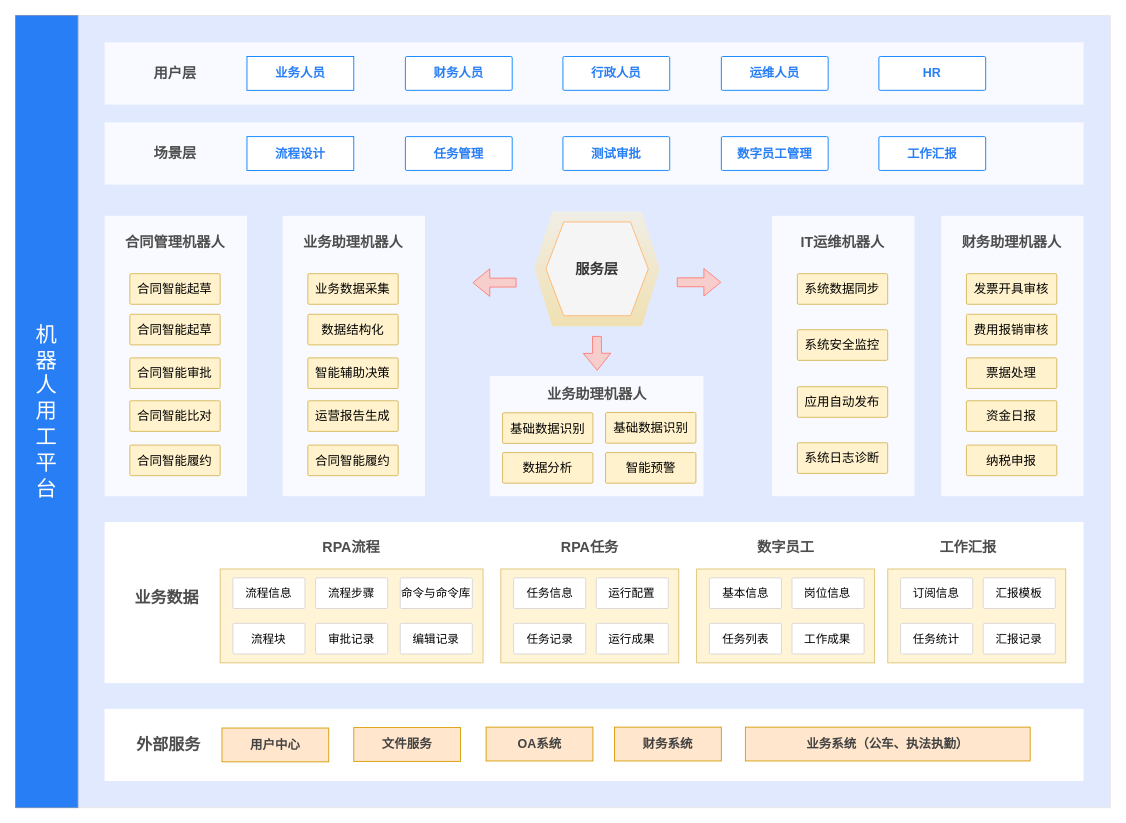
Above: page "Page-1" (1 of 3) of RPAMIND-业务架构图.drawio in hwt5813780/car (draw.io), before the change. Source tidied: cells renumbered, new cells numbered last; positions are measured from the earlier drawing's top-left corner, leaving out a move shared by most shapes. Both pictures are drawn from the tidied source at 89%, with x=0, y=0 at pixel (15, 15).
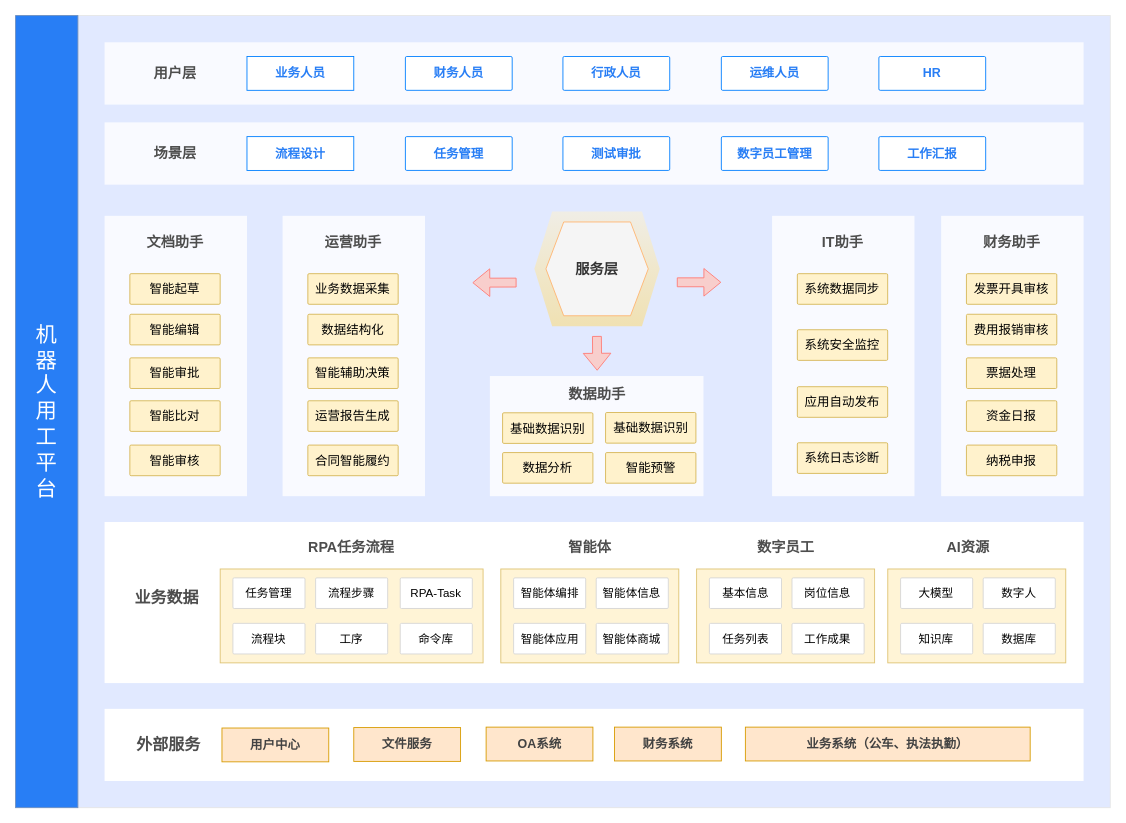
After the change.

Commit message:
更新RPAMIND-业务架构图.drawio

What changed in the source:
```diff
@@
-    <mxCell id="10" value="合同管理机器人" style="text;html=1;strokeColor=none;fillColor=none;align=center;verticalAlign=middle;whiteSpace=wrap;rounded=0;fontSize=16;fontColor=#4D4D4D;fontStyle=1;fontFamily=阿里巴巴普惠体;" parent="1" vertex="1">
+    <mxCell id="10" value="文档助手" style="text;html=1;strokeColor=none;fillColor=none;align=center;verticalAlign=middle;whiteSpace=wrap;rounded=0;fontSize=16;fontColor=#4D4D4D;fontStyle=1;fontFamily=阿里巴巴普惠体;" parent="1" vertex="1">
       <mxGeometry x="119.5" y="239.6" width="119.3" height="30" as="geometry" />
     </mxCell>
-    <mxCell id="11" value="合同智能起草" style="rounded=1;whiteSpace=wrap;html=1;fontSize=14;arcSize=4;fontStyle=0;fontFamily=阿里巴巴普惠体;strokeColor=#d6b656;fillColor=#fff2cc;" parent="1" vertex="1">
+    <mxCell id="11" value="智能起草" style="rounded=1;whiteSpace=wrap;html=1;fontSize=14;arcSize=4;fontStyle=0;fontFamily=阿里巴巴普惠体;strokeColor=#d6b656;fillColor=#fff2cc;" parent="1" vertex="1">
       <mxGeometry x="128.4" y="290" width="101.5" height="34.4" as="geometry" />
     </mxCell>
@@
-    <mxCell id="25" value="合同智能起草" style="rounded=1;whiteSpace=wrap;html=1;fontSize=14;arcSize=4;fontStyle=0;fontFamily=阿里巴巴普惠体;strokeColor=#d6b656;fillColor=#fff2cc;" parent="1" vertex="1">
+    <mxCell id="25" value="智能编辑" style="rounded=1;whiteSpace=wrap;html=1;fontSize=14;arcSize=4;fontStyle=0;fontFamily=阿里巴巴普惠体;strokeColor=#d6b656;fillColor=#fff2cc;" parent="1" vertex="1">
       <mxGeometry x="128.4" y="335.6" width="101.5" height="34.4" as="geometry" />
     </mxCell>
-    <mxCell id="26" value="合同智能审批" style="rounded=1;whiteSpace=wrap;html=1;fontSize=14;arcSize=4;fontStyle=0;fontFamily=阿里巴巴普惠体;strokeColor=#d6b656;fillColor=#fff2cc;" parent="1" vertex="1">
+    <mxCell id="26" value="智能审批" style="rounded=1;whiteSpace=wrap;html=1;fontSize=14;arcSize=4;fontStyle=0;fontFamily=阿里巴巴普惠体;strokeColor=#d6b656;fillColor=#fff2cc;" parent="1" vertex="1">
       <mxGeometry x="128.4" y="384.6" width="101.5" height="34.4" as="geometry" />
     </mxCell>
-    <mxCell id="27" value="合同智能比对" style="rounded=1;whiteSpace=wrap;html=1;fontSize=14;arcSize=4;fontStyle=0;fontFamily=阿里巴巴普惠体;strokeColor=#d6b656;fillColor=#fff2cc;" parent="1" vertex="1">
+    <mxCell id="27" value="智能比对" style="rounded=1;whiteSpace=wrap;html=1;fontSize=14;arcSize=4;fontStyle=0;fontFamily=阿里巴巴普惠体;strokeColor=#d6b656;fillColor=#fff2cc;" parent="1" vertex="1">
       <mxGeometry x="128.4" y="432.8" width="101.5" height="34.4" as="geometry" />
     </mxCell>
-    <mxCell id="28" value="合同智能履约" style="rounded=1;whiteSpace=wrap;html=1;fontSize=14;arcSize=4;fontStyle=0;fontFamily=阿里巴巴普惠体;strokeColor=#d6b656;fillColor=#fff2cc;" parent="1" vertex="1">
+    <mxCell id="28" value="智能审核" style="rounded=1;whiteSpace=wrap;html=1;fontSize=14;arcSize=4;fontStyle=0;fontFamily=阿里巴巴普惠体;strokeColor=#d6b656;fillColor=#fff2cc;" parent="1" vertex="1">
       <mxGeometry x="128.4" y="482.6" width="101.5" height="34.4" as="geometry" />
     </mxCell>
@@
-    <mxCell id="30" value="业务助理机器人" style="text;html=1;strokeColor=none;fillColor=none;align=center;verticalAlign=middle;whiteSpace=wrap;rounded=0;fontSize=16;fontColor=#4D4D4D;fontStyle=1;fontFamily=阿里巴巴普惠体;" parent="1" vertex="1">
+    <mxCell id="30" value="运营助手" style="text;html=1;strokeColor=none;fillColor=none;align=center;verticalAlign=middle;whiteSpace=wrap;rounded=0;fontSize=16;fontColor=#4D4D4D;fontStyle=1;fontFamily=阿里巴巴普惠体;" parent="1" vertex="1">
       <mxGeometry x="319.5" y="239.6" width="119.3" height="30" as="geometry" />
     </mxCell>
@@
-    <mxCell id="37" value="业务助理机器人" style="text;html=1;strokeColor=none;fillColor=none;align=center;verticalAlign=middle;whiteSpace=wrap;rounded=0;fontSize=16;fontColor=#4D4D4D;fontStyle=1;fontFamily=阿里巴巴普惠体;" parent="1" vertex="1">
+    <mxCell id="37" value="数据助手" style="text;html=1;strokeColor=none;fillColor=none;align=center;verticalAlign=middle;whiteSpace=wrap;rounded=0;fontSize=16;fontColor=#4D4D4D;fontStyle=1;fontFamily=阿里巴巴普惠体;" parent="1" vertex="1">
       <mxGeometry x="593.8" y="410" width="119.3" height="30" as="geometry" />
     </mxCell>
@@
-    <mxCell id="46" value="IT运维机器人" style="text;html=1;strokeColor=none;fillColor=none;align=center;verticalAlign=middle;whiteSpace=wrap;rounded=0;fontSize=16;fontColor=#4D4D4D;fontStyle=1;fontFamily=阿里巴巴普惠体;" parent="1" vertex="1">
+    <mxCell id="46" value="IT助手" style="text;html=1;strokeColor=none;fillColor=none;align=center;verticalAlign=middle;whiteSpace=wrap;rounded=0;fontSize=16;fontColor=#4D4D4D;fontStyle=1;fontFamily=阿里巴巴普惠体;" parent="1" vertex="1">
       <mxGeometry x="869.5" y="239.6" width="119.3" height="30" as="geometry" />
     </mxCell>
@@
-    <mxCell id="52" value="财务助理机器人" style="text;html=1;strokeColor=none;fillColor=none;align=center;verticalAlign=middle;whiteSpace=wrap;rounded=0;fontSize=16;fontColor=#4D4D4D;fontStyle=1;fontFamily=阿里巴巴普惠体;" parent="1" vertex="1">
+    <mxCell id="52" value="财务助手" style="text;html=1;strokeColor=none;fillColor=none;align=center;verticalAlign=middle;whiteSpace=wrap;rounded=0;fontSize=16;fontColor=#4D4D4D;fontStyle=1;fontFamily=阿里巴巴普惠体;" parent="1" vertex="1">
       <mxGeometry x="1059.5" y="239.6" width="119.3" height="30" as="geometry" />
     </mxCell>
@@
-    <mxCell id="58" value="RPA流程" style="text;html=1;strokeColor=none;fillColor=none;align=center;verticalAlign=middle;whiteSpace=wrap;rounded=0;fontSize=16;fontColor=#4D4D4D;fontStyle=1;fontFamily=阿里巴巴普惠体;" parent="1" vertex="1">
+    <mxCell id="58" value="RPA任务流程" style="text;html=1;strokeColor=none;fillColor=none;align=center;verticalAlign=middle;whiteSpace=wrap;rounded=0;fontSize=16;fontColor=#4D4D4D;fontStyle=1;fontFamily=阿里巴巴普惠体;" parent="1" vertex="1">
       <mxGeometry x="317.9" y="581.7" width="119.3" height="30" as="geometry" />
     </mxCell>
@@
-    <mxCell id="60" value="流程信息" style="rounded=1;whiteSpace=wrap;html=1;fontSize=13;arcSize=4;fontStyle=0;fontFamily=阿里巴巴普惠体;strokeColor=#D6D6D6;" parent="1" vertex="1">
+    <mxCell id="60" value="任务管理" style="rounded=1;whiteSpace=wrap;html=1;fontSize=13;arcSize=4;fontStyle=0;fontFamily=阿里巴巴普惠体;strokeColor=#D6D6D6;" parent="1" vertex="1">
       <mxGeometry x="244.2" y="631.8" width="81" height="34.4" as="geometry" />
     </mxCell>
@@
-    <mxCell id="62" value="命令与命令库" style="rounded=1;whiteSpace=wrap;html=1;fontSize=13;arcSize=4;fontStyle=0;fontFamily=阿里巴巴普惠体;strokeColor=#D6D6D6;" parent="1" vertex="1">
+    <mxCell id="62" value="RPA-Task" style="rounded=1;whiteSpace=wrap;html=1;fontSize=13;arcSize=4;fontStyle=0;fontFamily=阿里巴巴普惠体;strokeColor=#D6D6D6;" parent="1" vertex="1">
       <mxGeometry x="432.2" y="631.8" width="81" height="34.4" as="geometry" />
     </mxCell>
@@
-    <mxCell id="64" value="审批记录" style="rounded=1;whiteSpace=wrap;html=1;fontSize=13;arcSize=4;fontStyle=0;fontFamily=阿里巴巴普惠体;strokeColor=#D6D6D6;" parent="1" vertex="1">
+    <mxCell id="64" value="工序" style="rounded=1;whiteSpace=wrap;html=1;fontSize=13;arcSize=4;fontStyle=0;fontFamily=阿里巴巴普惠体;strokeColor=#D6D6D6;" parent="1" vertex="1">
       <mxGeometry x="337.1" y="682.9" width="81" height="34.4" as="geometry" />
     </mxCell>
-    <mxCell id="65" value="编辑记录" style="rounded=1;whiteSpace=wrap;html=1;fontSize=13;arcSize=4;fontStyle=0;fontFamily=阿里巴巴普惠体;strokeColor=#D6D6D6;" parent="1" vertex="1">
+    <mxCell id="65" value="命令库" style="rounded=1;whiteSpace=wrap;html=1;fontSize=13;arcSize=4;fontStyle=0;fontFamily=阿里巴巴普惠体;strokeColor=#D6D6D6;" parent="1" vertex="1">
       <mxGeometry x="432.2" y="682.9" width="81" height="34.4" as="geometry" />
     </mxCell>
-    <mxCell id="66" value="RPA任务" style="text;html=1;strokeColor=none;fillColor=none;align=center;verticalAlign=middle;whiteSpace=wrap;rounded=0;fontSize=16;fontColor=#4D4D4D;fontStyle=1;fontFamily=阿里巴巴普惠体;" parent="1" vertex="1">
+    <mxCell id="66" value="智能体" style="text;html=1;strokeColor=none;fillColor=none;align=center;verticalAlign=middle;whiteSpace=wrap;rounded=0;fontSize=16;fontColor=#4D4D4D;fontStyle=1;fontFamily=阿里巴巴普惠体;" parent="1" vertex="1">
       <mxGeometry x="585.6" y="581.7" width="119.3" height="30" as="geometry" />
     </mxCell>
@@
-    <mxCell id="68" value="任务信息" style="rounded=1;whiteSpace=wrap;html=1;fontSize=13;arcSize=4;fontStyle=0;fontFamily=阿里巴巴普惠体;strokeColor=#D6D6D6;" parent="1" vertex="1">
+    <mxCell id="68" value="智能体编排" style="rounded=1;whiteSpace=wrap;html=1;fontSize=13;arcSize=4;fontStyle=0;fontFamily=阿里巴巴普惠体;strokeColor=#D6D6D6;" parent="1" vertex="1">
       <mxGeometry x="559.6" y="631.8" width="81" height="34.4" as="geometry" />
     </mxCell>
-    <mxCell id="69" value="运行配置" style="rounded=1;whiteSpace=wrap;html=1;fontSize=13;arcSize=4;fontStyle=0;fontFamily=阿里巴巴普惠体;strokeColor=#D6D6D6;" parent="1" vertex="1">
+    <mxCell id="69" value="智能体信息" style="rounded=1;whiteSpace=wrap;html=1;fontSize=13;arcSize=4;fontStyle=0;fontFamily=阿里巴巴普惠体;strokeColor=#D6D6D6;" parent="1" vertex="1">
       <mxGeometry x="652.4" y="631.8" width="81" height="34.4" as="geometry" />
     </mxCell>
-    <mxCell id="70" value="任务记录" style="rounded=1;whiteSpace=wrap;html=1;fontSize=13;arcSize=4;fontStyle=0;fontFamily=阿里巴巴普惠体;strokeColor=#D6D6D6;" parent="1" vertex="1">
+    <mxCell id="70" value="智能体应用" style="rounded=1;whiteSpace=wrap;html=1;fontSize=13;arcSize=4;fontStyle=0;fontFamily=阿里巴巴普惠体;strokeColor=#D6D6D6;" parent="1" vertex="1">
       <mxGeometry x="559.6" y="682.9" width="81" height="34.4" as="geometry" />
     </mxCell>
-    <mxCell id="71" value="运行成果" style="rounded=1;whiteSpace=wrap;html=1;fontSize=13;arcSize=4;fontStyle=0;fontFamily=阿里巴巴普惠体;strokeColor=#D6D6D6;" parent="1" vertex="1">
+    <mxCell id="71" value="智能体商城" style="rounded=1;whiteSpace=wrap;html=1;fontSize=13;arcSize=4;fontStyle=0;fontFamily=阿里巴巴普惠体;strokeColor=#D6D6D6;" parent="1" vertex="1">
       <mxGeometry x="652.4" y="682.9" width="81" height="34.4" as="geometry" />
     </mxCell>
@@
-    <mxCell id="78" value="工作汇报" style="text;html=1;strokeColor=none;fillColor=none;align=center;verticalAlign=middle;whiteSpace=wrap;rounded=0;fontSize=16;fontColor=#4D4D4D;fontStyle=1;fontFamily=阿里巴巴普惠体;" parent="1" vertex="1">
+    <mxCell id="78" value="AI资源" style="text;html=1;strokeColor=none;fillColor=none;align=center;verticalAlign=middle;whiteSpace=wrap;rounded=0;fontSize=16;fontColor=#4D4D4D;fontStyle=1;fontFamily=阿里巴巴普惠体;" parent="1" vertex="1">
       <mxGeometry x="1010.7" y="581.7" width="119.3" height="30" as="geometry" />
     </mxCell>
@@
-    <mxCell id="80" value="订阅信息" style="rounded=1;whiteSpace=wrap;html=1;fontSize=13;arcSize=4;fontStyle=0;fontFamily=阿里巴巴普惠体;strokeColor=#D6D6D6;" parent="1" vertex="1">
+    <mxCell id="80" value="大模型" style="rounded=1;whiteSpace=wrap;html=1;fontSize=13;arcSize=4;fontStyle=0;fontFamily=阿里巴巴普惠体;strokeColor=#D6D6D6;" parent="1" vertex="1">
       <mxGeometry x="994.4" y="631.8" width="81" height="34.4" as="geometry" />
     </mxCell>
-    <mxCell id="81" value="汇报模板" style="rounded=1;whiteSpace=wrap;html=1;fontSize=13;arcSize=4;fontStyle=0;fontFamily=阿里巴巴普惠体;strokeColor=#D6D6D6;" parent="1" vertex="1">
+    <mxCell id="81" value="数字人" style="rounded=1;whiteSpace=wrap;html=1;fontSize=13;arcSize=4;fontStyle=0;fontFamily=阿里巴巴普惠体;strokeColor=#D6D6D6;" parent="1" vertex="1">
       <mxGeometry x="1087.2" y="631.8" width="81" height="34.4" as="geometry" />
     </mxCell>
-    <mxCell id="82" value="任务统计" style="rounded=1;whiteSpace=wrap;html=1;fontSize=13;arcSize=4;fontStyle=0;fontFamily=阿里巴巴普惠体;strokeColor=#D6D6D6;" parent="1" vertex="1">
+    <mxCell id="82" value="知识库" style="rounded=1;whiteSpace=wrap;html=1;fontSize=13;arcSize=4;fontStyle=0;fontFamily=阿里巴巴普惠体;strokeColor=#D6D6D6;" parent="1" vertex="1">
       <mxGeometry x="994.4" y="682.9" width="81" height="34.4" as="geometry" />
     </mxCell>
-    <mxCell id="83" value="汇报记录" style="rounded=1;whiteSpace=wrap;html=1;fontSize=13;arcSize=4;fontStyle=0;fontFamily=阿里巴巴普惠体;strokeColor=#D6D6D6;" parent="1" vertex="1">
+    <mxCell id="83" value="数据库" style="rounded=1;whiteSpace=wrap;html=1;fontSize=13;arcSize=4;fontStyle=0;fontFamily=阿里巴巴普惠体;strokeColor=#D6D6D6;" parent="1" vertex="1">
       <mxGeometry x="1087.2" y="682.9" width="81" height="34.4" as="geometry" />
     </mxCell>
```
